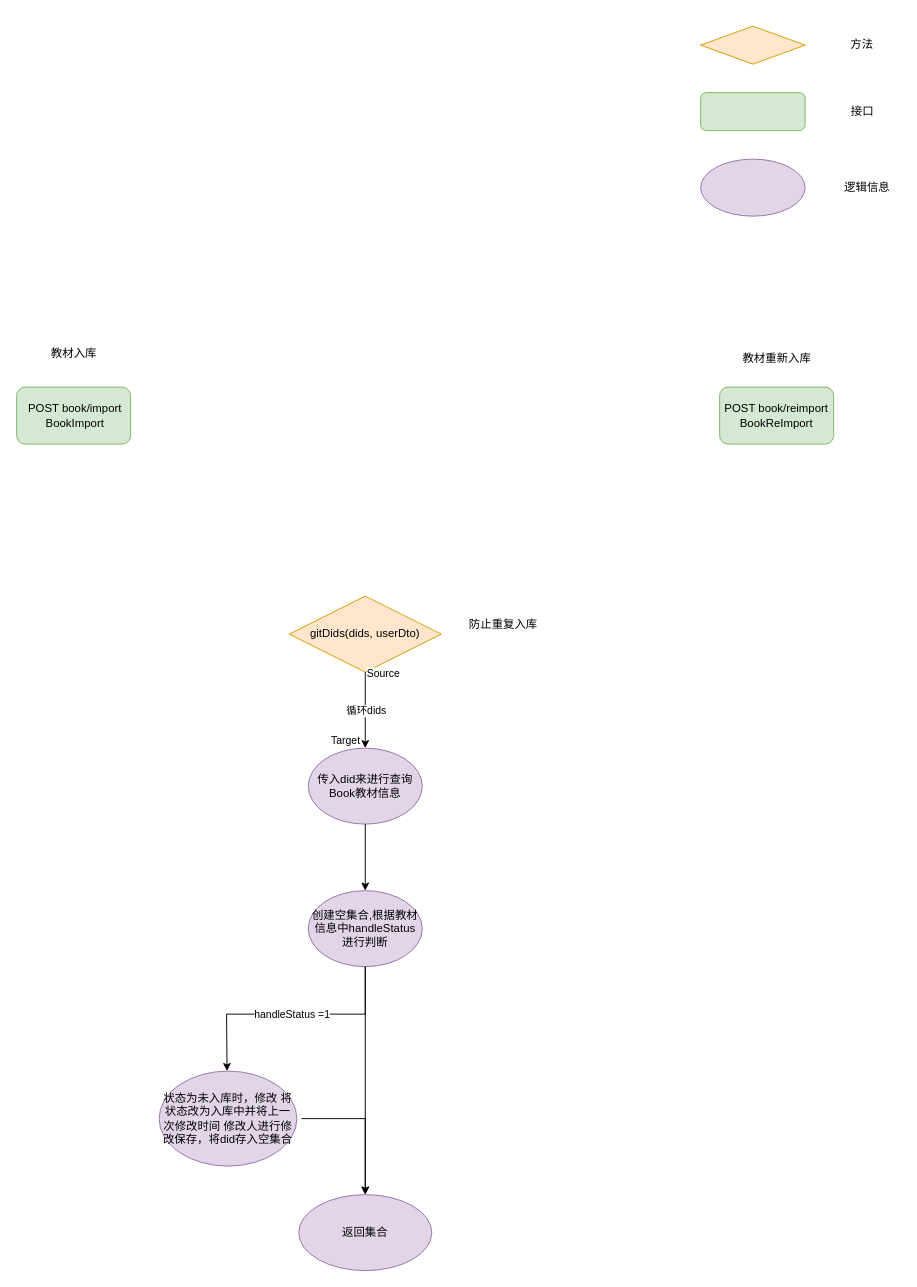
The draw.io diagram 教材入库.drawio in zhaobinrui/MindMap, before the edit. Source tidied: cells renumbered, new cells numbered last; positions are measured from the earlier drawing's top-left corner, leaving out a move shared by most shapes. Both pictures are drawn from the tidied source at 95%, with x=0, y=0 at pixel (16, 26).
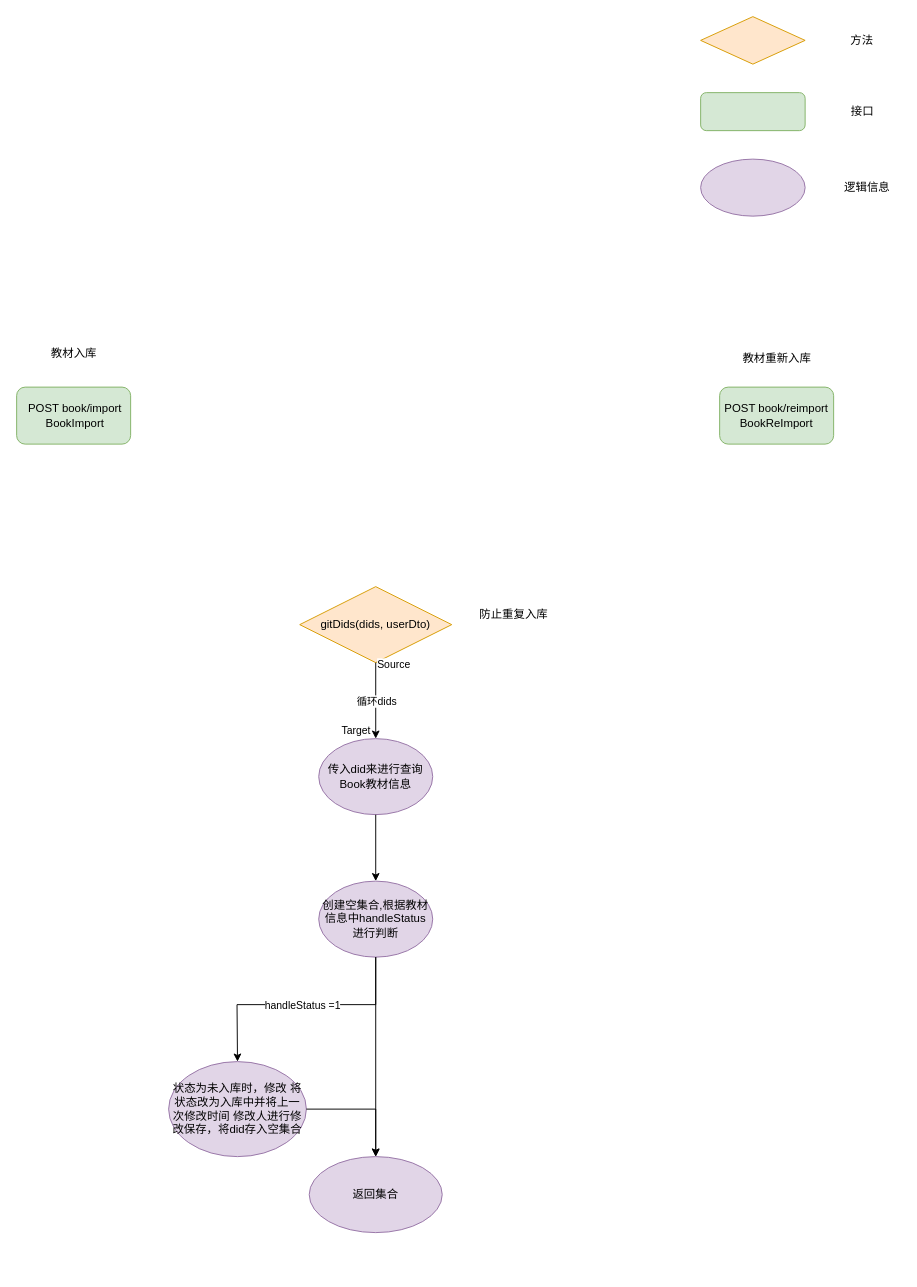
Above is the later version.

Commit message (it also covers changes not shown here):
更新教材入库.drawio

Change to the diagram source:
```diff
@@
-    <mxCell id="6" style="group;" parent="1" vertex="1">
-      <mxGeometry x="720" width="210" height="200" as="geometry" />
-    </mxCell>
-    <mxCell id="7" style="ellipse;whiteSpace=wrap;html=1;fillColor=#e1d5e7;strokeColor=#9673a6;" parent="6" vertex="1">
-      <mxGeometry y="140" width="110" height="60" as="geometry" />
-    </mxCell>
-    <mxCell id="8" value="逻辑信息" style="text;html=1;align=center;verticalAlign=middle;strokeColor=none;fillColor=none;" parent="6" vertex="1">
-      <mxGeometry x="140" y="155" width="70" height="30" as="geometry" />
-    </mxCell>
-    <mxCell id="9" style="rhombus;whiteSpace=wrap;html=1;fillColor=#ffe6cc;strokeColor=#d79b00;" parent="6" vertex="1">
-      <mxGeometry width="110" height="40" as="geometry" />
-    </mxCell>
-    <mxCell id="10" value="方法" style="text;html=1;strokeColor=none;fillColor=none;align=center;verticalAlign=middle;whiteSpace=wrap;rounded=0;" parent="6" vertex="1">
-      <mxGeometry x="140" y="5" width="60" height="30" as="geometry" />
-    </mxCell>
-    <mxCell id="11" style="rounded=1;whiteSpace=wrap;html=1;fillColor=#d5e8d4;strokeColor=#82b366;" parent="6" vertex="1">
-      <mxGeometry y="70" width="110" height="40" as="geometry" />
-    </mxCell>
-    <mxCell id="12" value="接口" style="text;html=1;align=center;verticalAlign=middle;strokeColor=none;fillColor=none;" parent="6" vertex="1">
-      <mxGeometry x="145" y="75" width="50" height="30" as="geometry" />
-    </mxCell>
-    <mxCell id="13" style="group;" parent="1" vertex="1">
-      <mxGeometry x="150" y="600" width="412" height="710" as="geometry" />
-    </mxCell>
-    <mxCell id="14" value="gitDids(dids, userDto)" style="rhombus;whiteSpace=wrap;html=1;fillColor=#ffe6cc;strokeColor=#d79b00;" parent="13" vertex="1">
-      <mxGeometry x="137" width="160" height="80" as="geometry" />
+    <mxCell id="14" value="gitDids(dids, userDto)" style="rhombus;whiteSpace=wrap;html=1;fillColor=#ffe6cc;strokeColor=#d79b00;" parent="1" vertex="1">
+      <mxGeometry x="298" y="590" width="160" height="80" as="geometry" />
     </mxCell>
-    <mxCell id="15" value="防止重复入库" style="text;html=1;align=center;verticalAlign=middle;strokeColor=none;fillColor=none;" parent="13" vertex="1">
-      <mxGeometry x="312" y="15" width="100" height="30" as="geometry" />
+    <mxCell id="15" value="防止重复入库" style="text;html=1;align=center;verticalAlign=middle;strokeColor=none;fillColor=none;" parent="1" vertex="1">
+      <mxGeometry x="473" y="605" width="100" height="30" as="geometry" />
     </mxCell>
-    <mxCell id="16" value="传入did来进行查询Book教材信息" style="ellipse;whiteSpace=wrap;html=1;fillColor=#e1d5e7;strokeColor=#9673a6;" parent="13" vertex="1">
-      <mxGeometry x="157" y="160" width="120" height="80" as="geometry" />
+    <mxCell id="16" value="传入did来进行查询Book教材信息" style="ellipse;whiteSpace=wrap;html=1;fillColor=#e1d5e7;strokeColor=#9673a6;" parent="1" vertex="1">
+      <mxGeometry x="318" y="750" width="120" height="80" as="geometry" />
     </mxCell>
-    <mxCell id="17" style="endArrow=classic;html=1;rounded=0;exitX=0.5;exitY=1;exitDx=0;exitDy=0;entryX=0.5;entryY=0;entryDx=0;entryDy=0;" parent="13" edge="1" source="14" target="16">
+    <mxCell id="17" style="endArrow=classic;html=1;rounded=0;exitX=0.5;exitY=1;exitDx=0;exitDy=0;entryX=0.5;entryY=0;entryDx=0;entryDy=0;" parent="1" edge="1" source="14" target="16">
       <mxGeometry relative="1" as="geometry" />
     </mxCell>
@@
-    <mxCell id="21" value="创建空集合,根据教材信息中handleStatus进行判断" style="ellipse;whiteSpace=wrap;html=1;fillColor=#e1d5e7;strokeColor=#9673a6;" parent="13" vertex="1">
-      <mxGeometry x="157" y="310" width="120" height="80" as="geometry" />
+    <mxCell id="21" value="创建空集合,根据教材信息中handleStatus进行判断" style="ellipse;whiteSpace=wrap;html=1;fillColor=#e1d5e7;strokeColor=#9673a6;" parent="1" vertex="1">
+      <mxGeometry x="318" y="900" width="120" height="80" as="geometry" />
     </mxCell>
-    <mxCell id="22" style="edgeStyle=orthogonalEdgeStyle;rounded=0;jettySize=auto;html=1;" parent="13" edge="1" source="16" target="21">
+    <mxCell id="22" style="edgeStyle=orthogonalEdgeStyle;rounded=0;jettySize=auto;html=1;" parent="1" edge="1" source="16" target="21">
       <mxGeometry relative="1" as="geometry" />
     </mxCell>
-    <mxCell id="23" style="edgeStyle=orthogonalEdgeStyle;rounded=0;jettySize=auto;html=1;entryX=0.5;entryY=0;entryDx=0;entryDy=0;" parent="13" edge="1" target="27">
-      <mxGeometry relative="1" as="geometry">
-        <mxPoint x="150" y="550" as="sourcePoint" />
-        <Array as="points">
-          <mxPoint x="217" y="550" />
-        </Array>
-      </mxGeometry>
-    </mxCell>
-    <mxCell id="24" value="状态为未入库时，修改 将状态改为入库中并将上一次修改时间 修改人进行修改保存，将did存入空集合" style="ellipse;whiteSpace=wrap;html=1;fillColor=#e1d5e7;strokeColor=#9673a6;" parent="13" vertex="1">
-      <mxGeometry y="500" width="145" height="100" as="geometry" />
+    <mxCell id="24" value="状态为未入库时，修改 将状态改为入库中并将上一次修改时间 修改人进行修改保存，将did存入空集合" style="ellipse;whiteSpace=wrap;html=1;fillColor=#e1d5e7;strokeColor=#9673a6;" parent="1" vertex="1">
+      <mxGeometry x="160" y="1090" width="145" height="100" as="geometry" />
     </mxCell>
-    <mxCell id="25" style="endArrow=classic;html=1;rounded=0;exitX=0.5;exitY=1;exitDx=0;exitDy=0;entryX=0.5;entryY=0;entryDx=0;entryDy=0;" parent="13" edge="1">
+    <mxCell id="25" style="endArrow=classic;html=1;rounded=0;exitX=0.5;exitY=1;exitDx=0;exitDy=0;entryX=0.5;entryY=0;entryDx=0;entryDy=0;" parent="1" edge="1" target="24">
       <mxGeometry relative="1" as="geometry">
-        <mxPoint x="217" y="390" as="sourcePoint" />
-        <mxPoint x="71.5" y="500" as="targetPoint" />
+        <mxPoint x="378" y="980" as="sourcePoint" />
         <Array as="points">
-          <mxPoint x="217" y="440" />
-          <mxPoint x="71" y="440" />
+          <mxPoint x="378" y="1030" />
+          <mxPoint x="232" y="1030" />
         </Array>
       </mxGeometry>
     </mxCell>
@@
-    <mxCell id="27" value="返回集合" style="ellipse;whiteSpace=wrap;html=1;fillColor=#e1d5e7;strokeColor=#9673a6;" parent="13" vertex="1">
-      <mxGeometry x="147" y="630" width="140" height="80" as="geometry" />
+    <mxCell id="27" value="返回集合" style="ellipse;whiteSpace=wrap;html=1;fillColor=#e1d5e7;strokeColor=#9673a6;" parent="1" vertex="1">
+      <mxGeometry x="308" y="1190" width="140" height="80" as="geometry" />
     </mxCell>
+    <mxCell id="23" style="edgeStyle=orthogonalEdgeStyle;rounded=0;jettySize=auto;html=1;entryX=0.5;entryY=0;entryDx=0;entryDy=0;exitX=1;exitY=0.5;exitDx=0;exitDy=0;" parent="1" edge="1" source="24" target="27">
+      <mxGeometry relative="1" as="geometry">
+        <Array as="points">
+          <mxPoint x="378" y="1140" />
+        </Array>
+      </mxGeometry>
+    </mxCell>
-    <mxCell id="28" style="edgeStyle=orthogonalEdgeStyle;rounded=0;jettySize=auto;html=1;entryX=0.5;entryY=0;entryDx=0;entryDy=0;" parent="13" edge="1" source="21" target="27">
+    <mxCell id="28" style="edgeStyle=orthogonalEdgeStyle;rounded=0;jettySize=auto;html=1;entryX=0.5;entryY=0;entryDx=0;entryDy=0;" parent="1" edge="1" source="21" target="27">
       <mxGeometry relative="1" as="geometry" />
     </mxCell>
+    <mxCell id="29" style="group;" parent="1" vertex="1">
+      <mxGeometry x="720" y="-10" width="210" height="210" as="geometry" />
+    </mxCell>
+    <mxCell id="7" style="ellipse;whiteSpace=wrap;html=1;fillColor=#e1d5e7;strokeColor=#9673a6;" parent="29" vertex="1">
+      <mxGeometry y="150" width="110" height="60" as="geometry" />
+    </mxCell>
+    <mxCell id="8" value="逻辑信息" style="text;html=1;align=center;verticalAlign=middle;strokeColor=none;fillColor=none;" parent="29" vertex="1">
+      <mxGeometry x="140" y="165" width="70" height="30" as="geometry" />
+    </mxCell>
+    <mxCell id="9" style="rhombus;whiteSpace=wrap;html=1;fillColor=#ffe6cc;strokeColor=#d79b00;" parent="29" vertex="1">
+      <mxGeometry width="110" height="50" as="geometry" />
+    </mxCell>
+    <mxCell id="10" value="方法" style="text;html=1;strokeColor=none;fillColor=none;align=center;verticalAlign=middle;whiteSpace=wrap;rounded=0;" parent="29" vertex="1">
+      <mxGeometry x="140" y="10" width="60" height="30" as="geometry" />
+    </mxCell>
+    <mxCell id="11" style="rounded=1;whiteSpace=wrap;html=1;fillColor=#d5e8d4;strokeColor=#82b366;" parent="29" vertex="1">
+      <mxGeometry y="80" width="110" height="40" as="geometry" />
+    </mxCell>
+    <mxCell id="12" value="接口" style="text;html=1;align=center;verticalAlign=middle;strokeColor=none;fillColor=none;" parent="29" vertex="1">
+      <mxGeometry x="145" y="85" width="50" height="30" as="geometry" />
+    </mxCell>
+    <mxCell id="30" parent="0" />
```
